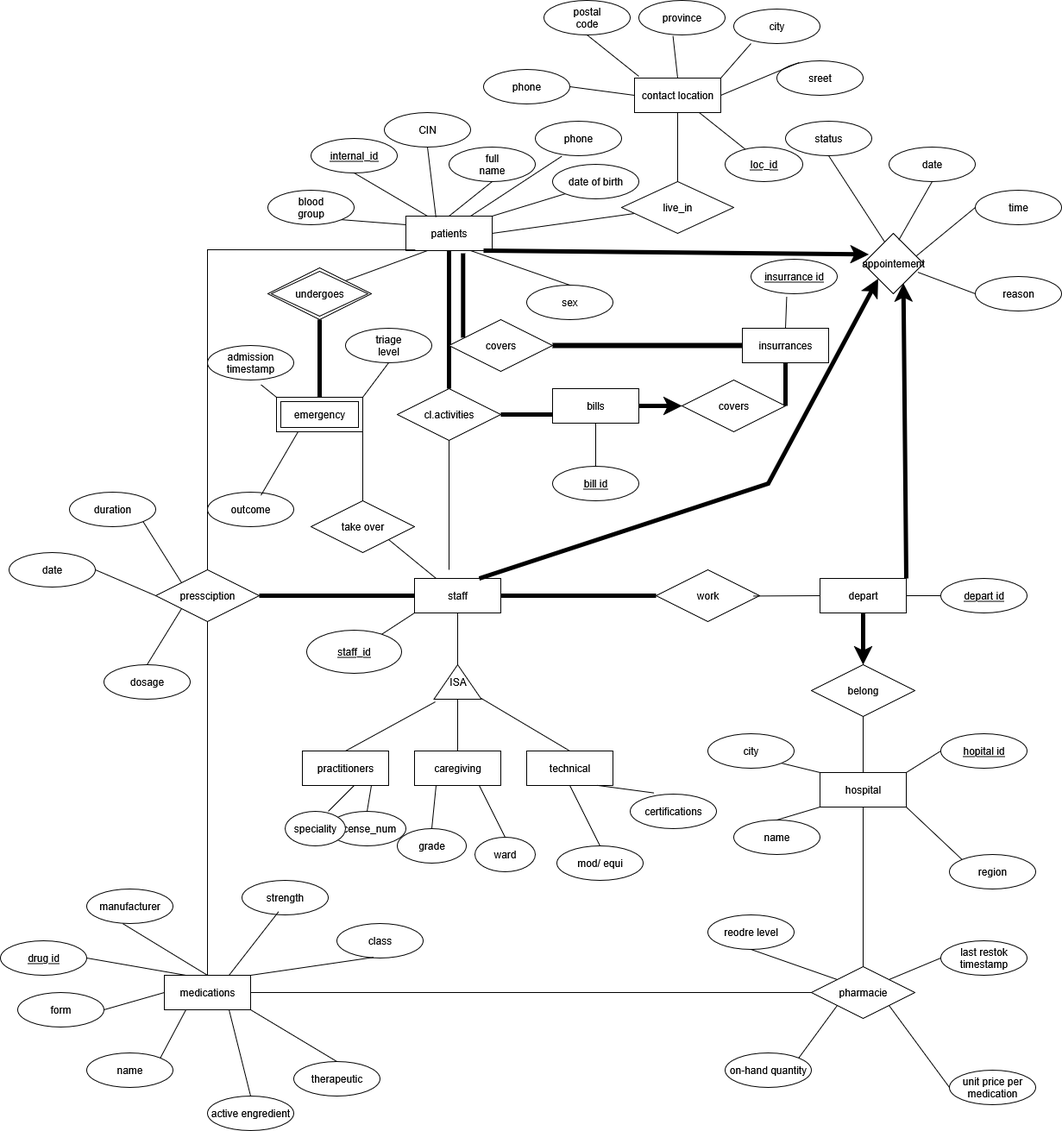
yasserJarboua/QueryMasters keeps this draw.io diagram as ConceptualDesign/Figures/ER Diagram.png. Above is the earlier version. Source tidied: cells renumbered, new cells last; positions are measured from the earlier drawing's top-left corner, leaving out a move shared by most shapes.
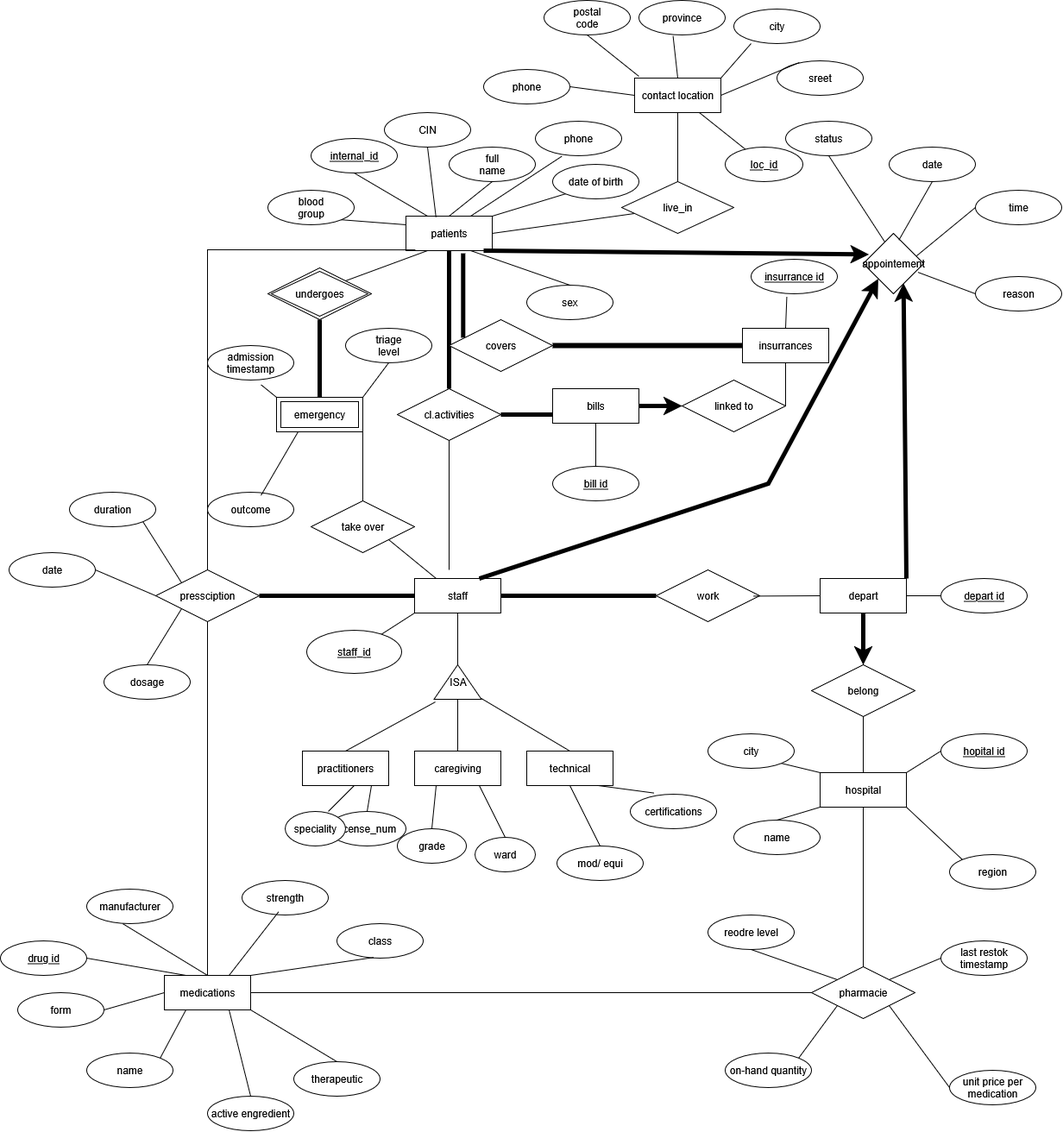
The same diagram one commit later.

Diff of the diagram source:
```diff
@@ -428,13 +428,13 @@
     <mxCell id="138" style="endArrow=none;html=1;rounded=0;entryX=1;entryY=0.5;entryDx=0;entryDy=0;exitX=0;exitY=0.5;exitDx=0;exitDy=0;strokeWidth=6;" parent="1" edge="1" source="134" target="137">
       <mxGeometry relative="1" as="geometry" />
     </mxCell>
-    <mxCell id="139" value="covers" style="shape=rhombus;perimeter=rhombusPerimeter;whiteSpace=wrap;html=1;align=center;" parent="1" vertex="1">
+    <mxCell id="139" value="linked to" style="shape=rhombus;perimeter=rhombusPerimeter;whiteSpace=wrap;html=1;align=center;" parent="1" vertex="1">
       <mxGeometry x="790" y="440" width="120" height="60" as="geometry" />
     </mxCell>
     <mxCell id="140" style="endArrow=classic;html=1;rounded=0;exitX=1;exitY=0.5;exitDx=0;exitDy=0;entryX=0;entryY=0.5;entryDx=0;entryDy=0;strokeWidth=5;endFill=1;" parent="1" edge="1" source="15" target="139">
       <mxGeometry relative="1" as="geometry" />
     </mxCell>
-    <mxCell id="141" style="endArrow=none;html=1;rounded=0;exitX=0.5;exitY=1;exitDx=0;exitDy=0;entryX=1;entryY=0.5;entryDx=0;entryDy=0;strokeWidth=5;" parent="1" edge="1" source="134" target="139">
+    <mxCell id="141" style="endArrow=none;html=1;rounded=0;exitX=0.5;exitY=1;exitDx=0;exitDy=0;entryX=1;entryY=0.5;entryDx=0;entryDy=0;strokeWidth=1;" parent="1" edge="1" source="134" target="139">
       <mxGeometry relative="1" as="geometry" />
     </mxCell>
     <mxCell id="142" value="live_in" style="shape=rhombus;perimeter=rhombusPerimeter;whiteSpace=wrap;html=1;align=center;" parent="1" vertex="1">
```
